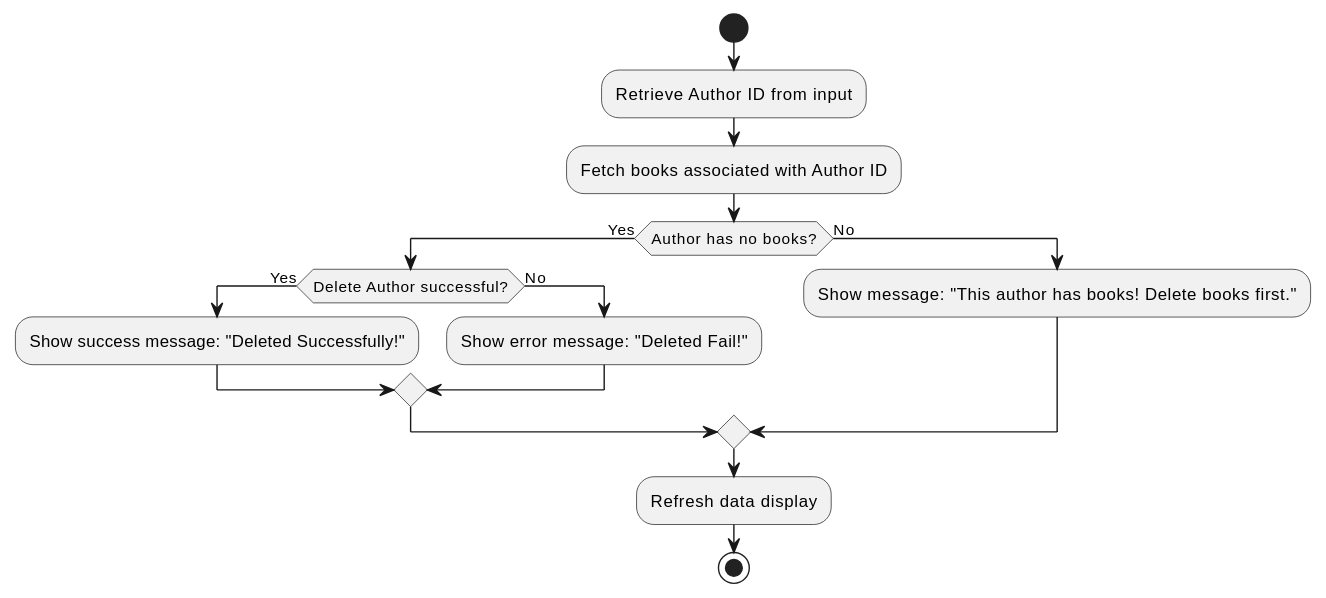
Earlier version of the PlantUML export docs/design/authors/DeleteAuthor.svg (viettq1997/library-management-system).
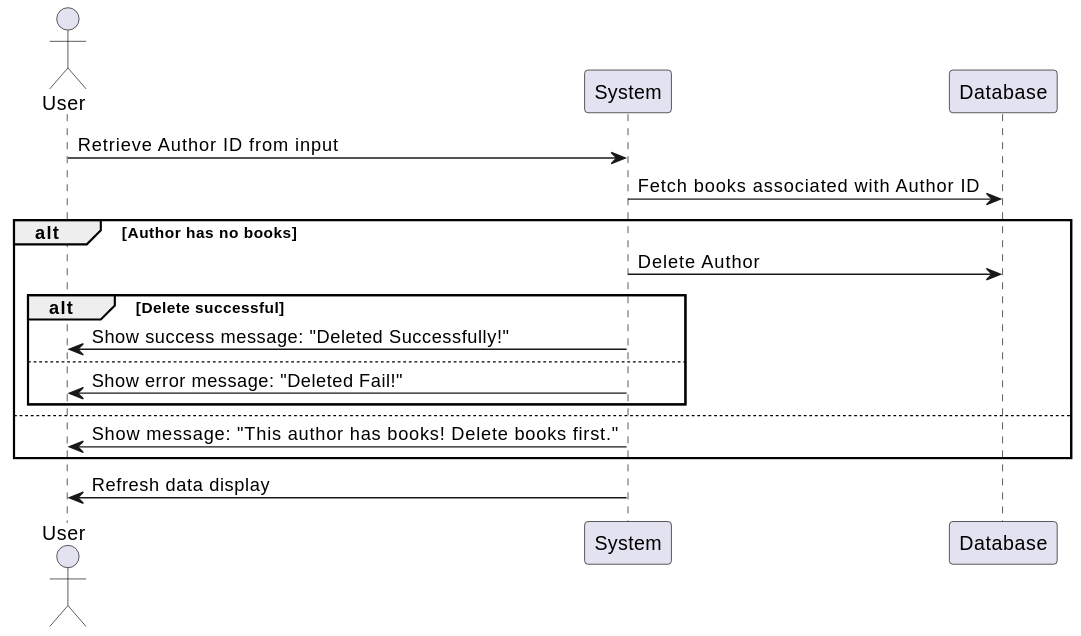
Later version of the same file.

The edit, as a diff of the source:
```diff
@@ -1,18 +1,21 @@
 @startuml
-start
-:Retrieve Author ID from input;
-:Fetch books associated with Author ID;
+actor User
+participant "System" as System
+participant "Database" as DB
 
-if (Author has no books?) then (Yes)
-    if (Delete Author successful?) then (Yes)
-        :Show success message: "Deleted Successfully!";
-    else (No)
-        :Show error message: "Deleted Fail!";
-    endif
-else (No)
-    :Show message: "This author has books! Delete books first.";
-endif
+User -> System: Retrieve Author ID from input
+System -> DB: Fetch books associated with Author ID
 
-:Refresh data display;
-stop
+alt Author has no books
+  System -> DB: Delete Author
+  alt Delete successful
+    System -> User: Show success message: "Deleted Successfully!"
+  else
+    System -> User: Show error message: "Deleted Fail!"
+  end
+else
+  System -> User: Show message: "This author has books! Delete books first."
+end
+
+System -> User: Refresh data display
 @enduml
```
